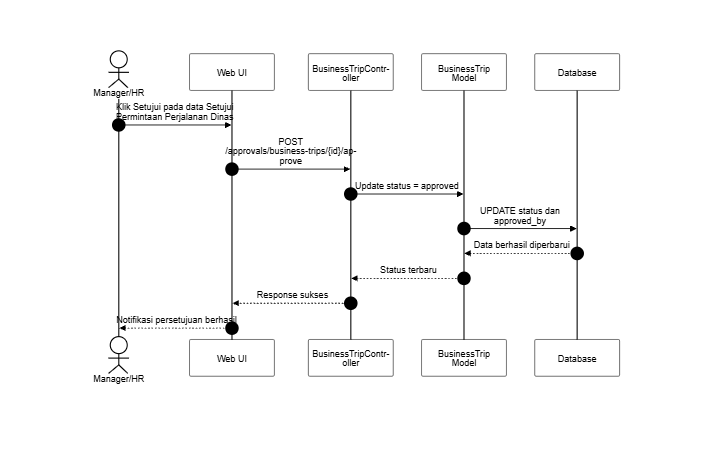
This is docs/SequenceDiagram/PNG_Transparent/PersetujuanPerjalananDinas-SetujuiPermintaan.png from SulaimanHafi23/SimpegRSHDI, a Mermaid export, as it was before one commit. Its source is kept beside it as docs/SequenceDiagram/PersetujuanPerjalananDinas-SetujuiPermintaan.mermaid. Source of this version:
```mermaid
%%{init: {"theme": "base", "themeVariables": {"background": "#dddddd", "primaryColor": "#ffffff", "primaryBorderColor": "#000000", "primaryTextColor": "#000000", "lineColor": "#000000", "textColor": "#000000", "actorBkg": "#ffffff", "actorBorder": "#000000", "actorTextColor": "#000000", "activationBkgColor": "#ffffff", "activationBorderColor": "#000000", "signalColor": "#000000", "signalTextColor": "#000000", "labelBoxBkgColor": "#ffffff", "labelBoxBorderColor": "#000000", "labelTextColor": "#000000", "sequenceNumberColor": "#000000", "noteBkgColor": "#ffffff", "noteBorderColor": "#000000", "noteTextColor": "#000000"}, "sequence": {"useMaxWidth": true, "wrap": true, "messageFontSize": 12, "noteFontSize": 12}}}%%
sequenceDiagram
    autonumber
    actor A as Manager/HR
    participant UI as Web UI
    participant C as BusinessTripController
    participant M as BusinessTrip Model
    participant DB as Database

    A->>UI: Klik Setujui pada data Setujui Permintaan Perjalanan Dinas
    UI->>C: POST /approvals/business-trips/{id}/approve
    C->>M: Update status = approved
    M->>DB: UPDATE status dan approved_by
    DB-->>M: Data berhasil diperbarui
    M-->>C: Status terbaru
    C-->>UI: Response sukses
    UI-->>A: Notifikasi persetujuan berhasil
```
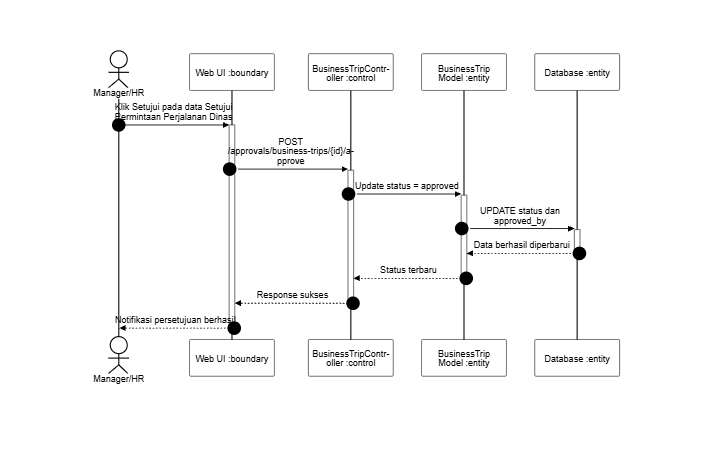
Later version of the same file.

The edit, as a diff of the source:
```diff
@@ -2,16 +2,16 @@
 sequenceDiagram
     autonumber
     actor A as Manager/HR
-    participant UI as Web UI
-    participant C as BusinessTripController
-    participant M as BusinessTrip Model
-    participant DB as Database
+    participant UI as Web UI :boundary
+    participant C as BusinessTripController :control
+    participant M as BusinessTrip Model :entity
+    participant DB as Database :entity
 
-    A->>UI: Klik Setujui pada data Setujui Permintaan Perjalanan Dinas
-    UI->>C: POST /approvals/business-trips/{id}/approve
-    C->>M: Update status = approved
-    M->>DB: UPDATE status dan approved_by
-    DB-->>M: Data berhasil diperbarui
-    M-->>C: Status terbaru
-    C-->>UI: Response sukses
-    UI-->>A: Notifikasi persetujuan berhasil
+    A->>+UI: Klik Setujui pada data Setujui Permintaan Perjalanan Dinas
+    UI->>+C: POST /approvals/business-trips/{id}/approve
+    C->>+M: Update status = approved
+    M->>+DB: UPDATE status dan approved_by
+    DB-->>-M: Data berhasil diperbarui
+    M-->>-C: Status terbaru
+    C-->>-UI: Response sukses
+    UI-->>-A: Notifikasi persetujuan berhasil
```
